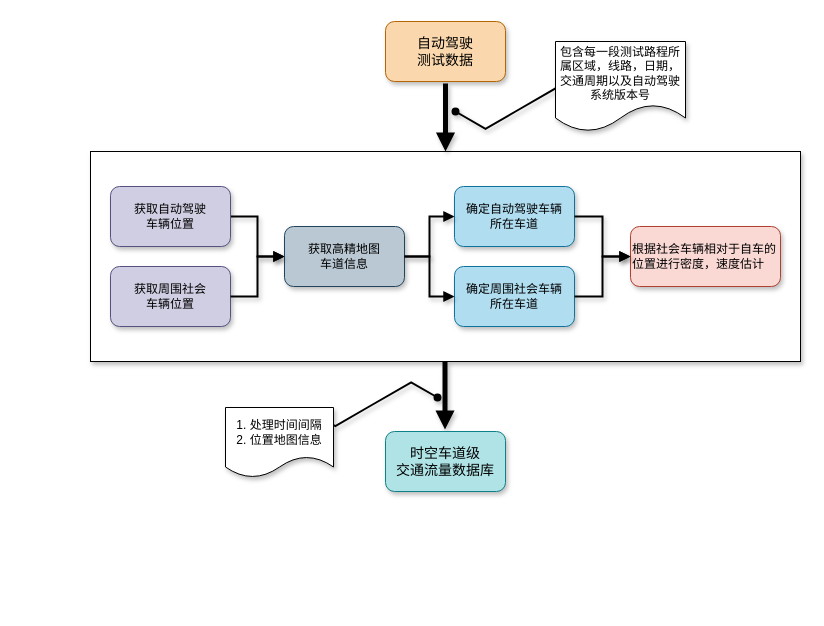
This is mpi_heatmap_illustration.drawio from puresummersky/ML_web, a draw.io file, before an edit. Source tidied: cells renumbered, new cells numbered last; positions are measured from the earlier drawing's top-left corner, leaving out a move shared by most shapes. Both pictures are drawn from the tidied source at 100%, with x=0, y=0 at pixel (90, 21).
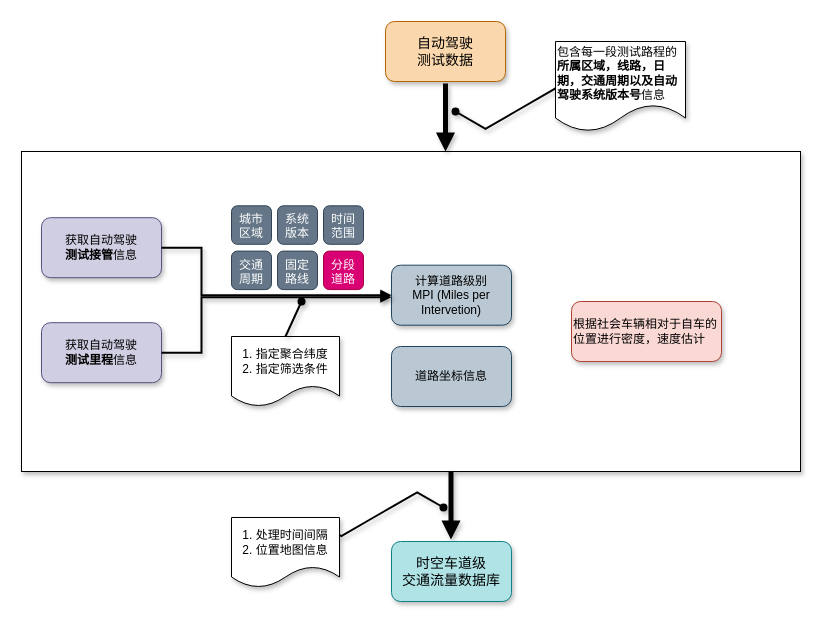
The same page after the edit.

Change to the diagram source:
```diff
@@
     <mxCell id="2" style="rounded=0;whiteSpace=wrap;html=1;shadow=1;fontSize=12;" parent="1" vertex="1">
-      <mxGeometry y="130" width="710" height="210" as="geometry" />
+      <mxGeometry x="-69" y="130" width="779" height="320" as="geometry" />
     </mxCell>
@@
-    <mxCell id="6" value="包含每一段测试路程所属区域，线路，日期，交通周期以及自动驾驶系统版本号" style="shape=document;whiteSpace=wrap;html=1;boundedLbl=1;shadow=1;fontSize=12;align=center;" parent="1" vertex="1">
+    <mxCell id="6" value="包含每一段测试路程的&lt;b&gt;所属区域，线路，日期，交通周期以及自动驾驶系统版本号&lt;/b&gt;信息" style="shape=document;whiteSpace=wrap;html=1;boundedLbl=1;shadow=1;fontSize=12;align=left;sketch=0;gradientColor=none;" parent="1" vertex="1">
       <mxGeometry x="465" y="20" width="130" height="90" as="geometry" />
     </mxCell>
-    <mxCell id="7" style="edgeStyle=orthogonalEdgeStyle;rounded=0;jettySize=auto;html=1;exitX=1;exitY=0.5;exitDx=0;exitDy=0;entryX=0;entryY=0.5;entryDx=0;entryDy=0;shadow=1;fontSize=12;endArrow=block;endFill=1;strokeWidth=2;" parent="1" edge="1" source="8" target="10">
-      <mxGeometry relative="1" as="geometry" />
-    </mxCell>
-    <mxCell id="8" value="&lt;div&gt;获取自动驾驶&lt;/div&gt;&lt;div&gt;车辆位置&lt;/div&gt;" style="rounded=1;whiteSpace=wrap;html=1;shadow=1;fontSize=12;fillColor=#d0cee2;strokeColor=#56517e;" parent="1" vertex="1">
-      <mxGeometry x="20" y="165" width="120" height="60" as="geometry" />
+    <mxCell id="8" value="&lt;div&gt;获取自动驾驶&lt;/div&gt;&lt;div&gt;&lt;b&gt;测试接管&lt;/b&gt;信息&lt;br&gt;&lt;/div&gt;" style="rounded=1;whiteSpace=wrap;html=1;shadow=1;fontSize=12;fillColor=#d0cee2;strokeColor=#56517e;" parent="1" vertex="1">
+      <mxGeometry x="-49" y="196.2" width="120" height="60" as="geometry" />
     </mxCell>
-    <mxCell id="9" value="&lt;div&gt;获取周围社会&lt;/div&gt;&lt;div&gt;车辆位置&lt;/div&gt;" style="rounded=1;whiteSpace=wrap;html=1;shadow=1;fontSize=12;fillColor=#d0cee2;strokeColor=#56517e;" parent="1" vertex="1">
-      <mxGeometry x="20" y="245" width="120" height="60" as="geometry" />
+    <mxCell id="9" value="&lt;div&gt;获取自动驾驶&lt;/div&gt;&lt;div&gt;&lt;b&gt;测试里程&lt;/b&gt;信息&lt;/div&gt;" style="rounded=1;whiteSpace=wrap;html=1;shadow=1;fontSize=12;fillColor=#d0cee2;strokeColor=#56517e;" parent="1" vertex="1">
+      <mxGeometry x="-49" y="301.2" width="120" height="60" as="geometry" />
     </mxCell>
-    <mxCell id="10" value="&lt;div&gt;获取高精地图&lt;/div&gt;&lt;div&gt;车道信息&lt;/div&gt;" style="rounded=1;whiteSpace=wrap;html=1;shadow=1;fontSize=12;fillColor=#bac8d3;strokeColor=#23445d;" parent="1" vertex="1">
-      <mxGeometry x="194" y="205" width="120" height="60" as="geometry" />
+    <mxCell id="10" value="&lt;div&gt;计算道路级别&lt;/div&gt;&lt;div&gt;MPI (Miles per Intervetion)&lt;/div&gt;" style="rounded=1;whiteSpace=wrap;html=1;shadow=1;fontSize=12;fillColor=#bac8d3;strokeColor=#23445d;" parent="1" vertex="1">
+      <mxGeometry x="301" y="243.7" width="120" height="60" as="geometry" />
     </mxCell>
-    <mxCell id="11" style="edgeStyle=orthogonalEdgeStyle;rounded=0;jettySize=auto;html=1;exitX=1;exitY=0.5;exitDx=0;exitDy=0;entryX=0;entryY=0.5;entryDx=0;entryDy=0;shadow=1;fontSize=12;endArrow=block;endFill=1;strokeWidth=2;" parent="1" edge="1" source="9" target="10">
-      <mxGeometry relative="1" as="geometry" />
-    </mxCell>
-    <mxCell id="12" value="&lt;div&gt;确定自动驾驶车辆&lt;/div&gt;&lt;div&gt;所在车道&lt;br&gt;&lt;/div&gt;" style="rounded=1;whiteSpace=wrap;html=1;shadow=1;fontSize=12;fillColor=#b1ddf0;strokeColor=#10739e;" parent="1" vertex="1">
-      <mxGeometry x="364" y="165" width="120" height="60" as="geometry" />
-    </mxCell>
-    <mxCell id="13" value="&lt;div&gt;确定周围社会车辆&lt;/div&gt;&lt;div&gt;所在车道&lt;br&gt;&lt;/div&gt;" style="rounded=1;whiteSpace=wrap;html=1;shadow=1;fontSize=12;fillColor=#b1ddf0;strokeColor=#10739e;" parent="1" vertex="1">
-      <mxGeometry x="364" y="245" width="120" height="60" as="geometry" />
-    </mxCell>
-    <mxCell id="14" style="edgeStyle=orthogonalEdgeStyle;rounded=0;jettySize=auto;html=1;exitX=1;exitY=0.5;exitDx=0;exitDy=0;entryX=0;entryY=0.5;entryDx=0;entryDy=0;shadow=1;fontSize=12;endArrow=block;endFill=1;strokeWidth=2;" parent="1" edge="1" source="10" target="12">
-      <mxGeometry relative="1" as="geometry" />
-    </mxCell>
-    <mxCell id="15" style="edgeStyle=orthogonalEdgeStyle;rounded=0;jettySize=auto;html=1;exitX=1;exitY=0.5;exitDx=0;exitDy=0;entryX=0;entryY=0.5;entryDx=0;entryDy=0;shadow=1;fontSize=12;endArrow=block;endFill=1;strokeWidth=2;" parent="1" edge="1" source="10" target="13">
-      <mxGeometry relative="1" as="geometry" />
-    </mxCell>
     <mxCell id="16" value="&lt;div&gt;根据社会车辆相对于自车的位置进行密度，速度估计&lt;/div&gt;" style="rounded=1;whiteSpace=wrap;html=1;shadow=1;fontSize=12;align=left;fillColor=#fad9d5;strokeColor=#ae4132;" parent="1" vertex="1">
-      <mxGeometry x="540" y="205" width="150" height="60" as="geometry" />
+      <mxGeometry x="481" y="280" width="150" height="60" as="geometry" />
     </mxCell>
-    <mxCell id="17" style="edgeStyle=orthogonalEdgeStyle;rounded=0;jettySize=auto;html=1;exitX=1;exitY=0.5;exitDx=0;exitDy=0;entryX=0;entryY=0.5;entryDx=0;entryDy=0;shadow=1;fontSize=12;endArrow=block;endFill=1;strokeWidth=2;" parent="1" edge="1" source="12" target="16">
-      <mxGeometry relative="1" as="geometry" />
-    </mxCell>
-    <mxCell id="18" style="edgeStyle=orthogonalEdgeStyle;rounded=0;jettySize=auto;html=1;exitX=1;exitY=0.5;exitDx=0;exitDy=0;entryX=0;entryY=0.5;entryDx=0;entryDy=0;shadow=1;fontSize=12;endArrow=block;endFill=1;strokeWidth=2;" parent="1" edge="1" source="13" target="16">
-      <mxGeometry relative="1" as="geometry" />
-    </mxCell>
     <mxCell id="19" style="endArrow=block;html=1;rounded=0;fontSize=12;endFill=1;strokeWidth=5;exitX=0.5;exitY=1;exitDx=0;exitDy=0;shadow=1;" parent="1" edge="1">
       <mxGeometry relative="1" as="geometry">
-        <mxPoint x="354.5" y="340" as="sourcePoint" />
-        <mxPoint x="354.5" y="408" as="targetPoint" />
+        <mxPoint x="360.5" y="450" as="sourcePoint" />
+        <mxPoint x="360.5" y="518" as="targetPoint" />
       </mxGeometry>
     </mxCell>
     <mxCell id="20" value="&lt;div&gt;时空车道级&lt;/div&gt;&lt;div&gt;交通流量数据库&lt;/div&gt;" style="rounded=1;whiteSpace=wrap;html=1;perimeterSpacing=2;fontSize=14;shadow=1;fillColor=#b0e3e6;strokeColor=#0e8088;" parent="1" vertex="1">
-      <mxGeometry x="295" y="410" width="120" height="60" as="geometry" />
+      <mxGeometry x="301" y="520" width="120" height="60" as="geometry" />
     </mxCell>
     <mxCell id="21" value="&lt;div&gt;1. 处理时间间隔&lt;/div&gt;&lt;div&gt;2. 位置地图信息&lt;/div&gt;" style="shape=document;whiteSpace=wrap;html=1;boundedLbl=1;shadow=1;fontSize=12;align=center;" parent="1" vertex="1">
-      <mxGeometry x="135" y="386" width="108" height="70" as="geometry" />
+      <mxGeometry x="141" y="496" width="108" height="70" as="geometry" />
     </mxCell>
     <mxCell id="22" style="rounded=0;jettySize=auto;html=1;exitX=1;exitY=0.25;exitDx=0;exitDy=0;shadow=1;fontSize=12;endArrow=oval;endFill=1;strokeWidth=2;edgeStyle=isometricEdgeStyle;elbow=vertical;" parent="1" edge="1" source="21">
       <mxGeometry relative="1" as="geometry">
-        <mxPoint x="347" y="376" as="targetPoint" />
+        <mxPoint x="353" y="486" as="targetPoint" />
         <Array as="points">
-          <mxPoint x="277" y="386" />
+          <mxPoint x="283" y="496" />
         </Array>
       </mxGeometry>
     </mxCell>
+    <mxCell id="23" value="&lt;div&gt;道路坐标信息&lt;/div&gt;" style="rounded=1;whiteSpace=wrap;html=1;shadow=1;fontSize=12;fillColor=#bac8d3;strokeColor=#23445d;" parent="1" vertex="1">
+      <mxGeometry x="301" y="325" width="120" height="60" as="geometry" />
+    </mxCell>
+    <mxCell id="24" value="&lt;div&gt;城市&lt;/div&gt;&lt;div&gt;区域&lt;/div&gt;" style="rounded=1;whiteSpace=wrap;html=1;sketch=0;fillColor=#647687;strokeColor=#314354;fontColor=#ffffff;verticalAlign=top;" parent="1" vertex="1">
+      <mxGeometry x="141" y="184.3" width="40" height="38.5" as="geometry" />
+    </mxCell>
+    <mxCell id="25" value="&lt;div&gt;1. 指定聚合纬度&lt;/div&gt;&lt;div&gt;2. 指定筛选条件&lt;br&gt;&lt;/div&gt;" style="shape=document;whiteSpace=wrap;html=1;boundedLbl=1;shadow=1;fontSize=12;align=center;" parent="1" vertex="1">
+      <mxGeometry x="141" y="315" width="108" height="70" as="geometry" />
+    </mxCell>
+    <mxCell id="26" style="rounded=0;jettySize=auto;html=1;shadow=1;fontSize=12;endArrow=oval;endFill=1;strokeWidth=2;elbow=vertical;exitX=0.5;exitY=0;exitDx=0;exitDy=0;" parent="1" edge="1" source="25">
+      <mxGeometry relative="1" as="geometry">
+        <mxPoint x="211" y="280" as="targetPoint" />
+      </mxGeometry>
+    </mxCell>
+    <mxCell id="27" value="&lt;div&gt;系统&lt;/div&gt;&lt;div&gt;版本&lt;/div&gt;" style="rounded=1;whiteSpace=wrap;html=1;sketch=0;fillColor=#647687;strokeColor=#314354;fontColor=#ffffff;verticalAlign=top;" parent="1" vertex="1">
+      <mxGeometry x="187" y="184.3" width="40" height="38.5" as="geometry" />
+    </mxCell>
+    <mxCell id="28" value="&lt;div&gt;时间&lt;/div&gt;&lt;div&gt;范围&lt;/div&gt;" style="rounded=1;whiteSpace=wrap;html=1;sketch=0;fillColor=#647687;strokeColor=#314354;fontColor=#ffffff;verticalAlign=top;" parent="1" vertex="1">
+      <mxGeometry x="233" y="184.3" width="40" height="38.5" as="geometry" />
+    </mxCell>
+    <mxCell id="29" value="&lt;div&gt;交通&lt;/div&gt;&lt;div&gt;周期&lt;/div&gt;" style="rounded=1;whiteSpace=wrap;html=1;sketch=0;fillColor=#647687;strokeColor=#314354;fontColor=#ffffff;verticalAlign=top;" parent="1" vertex="1">
+      <mxGeometry x="141" y="229.6" width="40" height="38.5" as="geometry" />
+    </mxCell>
+    <mxCell id="30" value="&lt;div&gt;固定&lt;/div&gt;&lt;div&gt;路线&lt;/div&gt;" style="rounded=1;whiteSpace=wrap;html=1;sketch=0;fillColor=#647687;strokeColor=#314354;fontColor=#ffffff;verticalAlign=top;" parent="1" vertex="1">
+      <mxGeometry x="187" y="229.6" width="40" height="38.5" as="geometry" />
+    </mxCell>
+    <mxCell id="31" value="&lt;div&gt;分段&lt;/div&gt;&lt;div&gt;道路&lt;/div&gt;" style="rounded=1;whiteSpace=wrap;html=1;sketch=0;fillColor=#d80073;strokeColor=#A50040;fontColor=#ffffff;verticalAlign=top;" parent="1" vertex="1">
+      <mxGeometry x="233" y="229.6" width="40" height="38.5" as="geometry" />
+    </mxCell>
+    <mxCell id="7" style="rounded=0;jettySize=auto;html=1;exitX=1;exitY=0.5;exitDx=0;exitDy=0;shadow=1;fontSize=12;endArrow=block;endFill=1;strokeWidth=2;entryX=0;entryY=0.5;entryDx=0;entryDy=0;edgeStyle=orthogonalEdgeStyle;" parent="1" edge="1" source="8" target="10">
+      <mxGeometry relative="1" as="geometry">
+        <Array as="points">
+          <mxPoint x="111" y="226.7" />
+          <mxPoint x="111" y="273.7" />
+        </Array>
+      </mxGeometry>
+    </mxCell>
+    <mxCell id="11" style="edgeStyle=orthogonalEdgeStyle;rounded=0;jettySize=auto;html=1;shadow=1;fontSize=12;endArrow=block;endFill=1;strokeWidth=2;" parent="1" edge="1" source="9" target="10">
+      <mxGeometry relative="1" as="geometry">
+        <Array as="points">
+          <mxPoint x="111" y="331.7" />
+          <mxPoint x="111" y="275.7" />
+        </Array>
+      </mxGeometry>
+    </mxCell>
```
